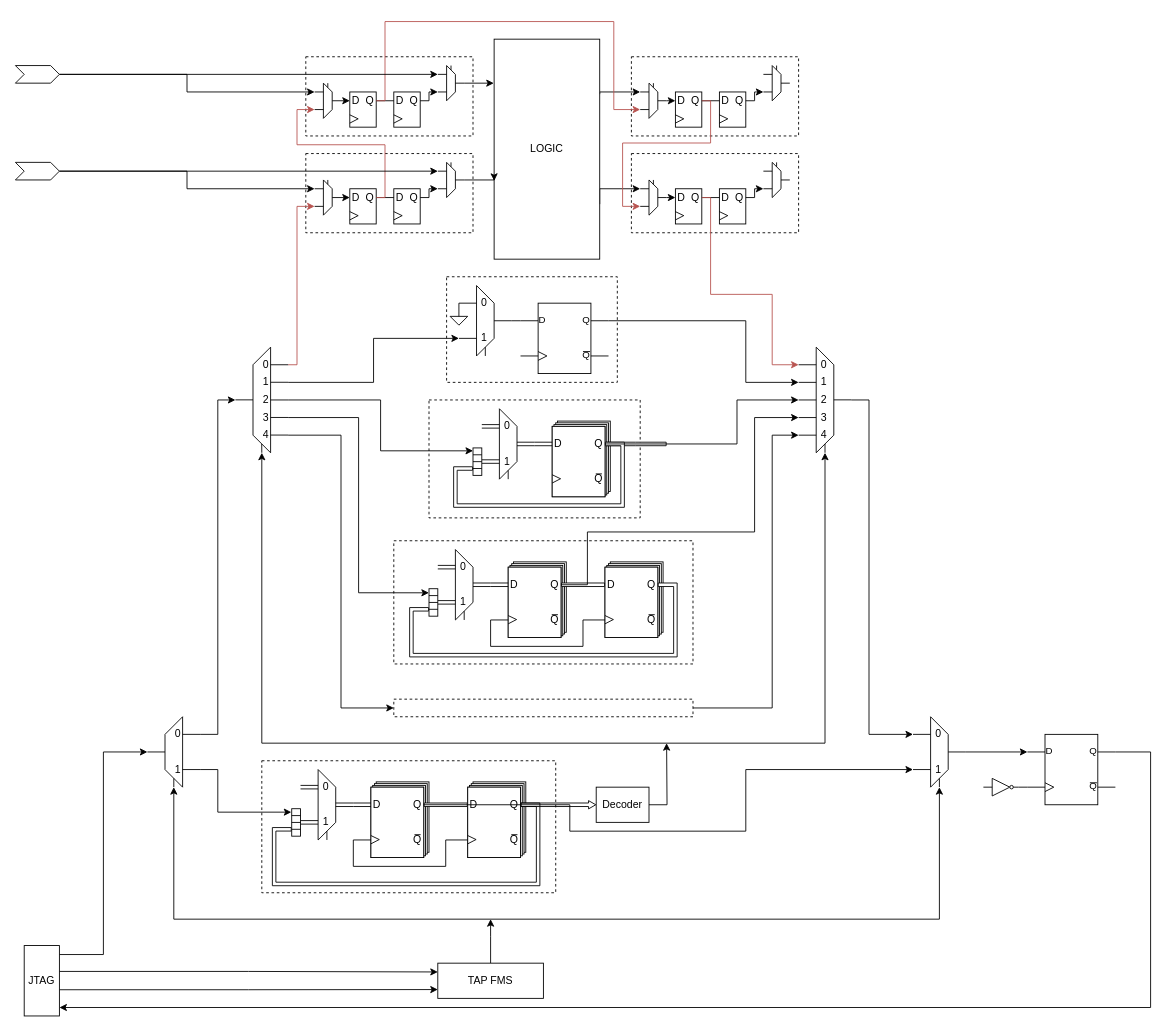
Earlier version of the draw.io diagram JTAG.drawio (Verdvana/JTAG). Source tidied: cells renumbered, new cells numbered last; positions are measured from the earlier drawing's top-left corner, leaving out a move shared by most shapes. Both pictures are drawn from the tidied source at 88%, with x=0, y=0 at pixel (15, 21).
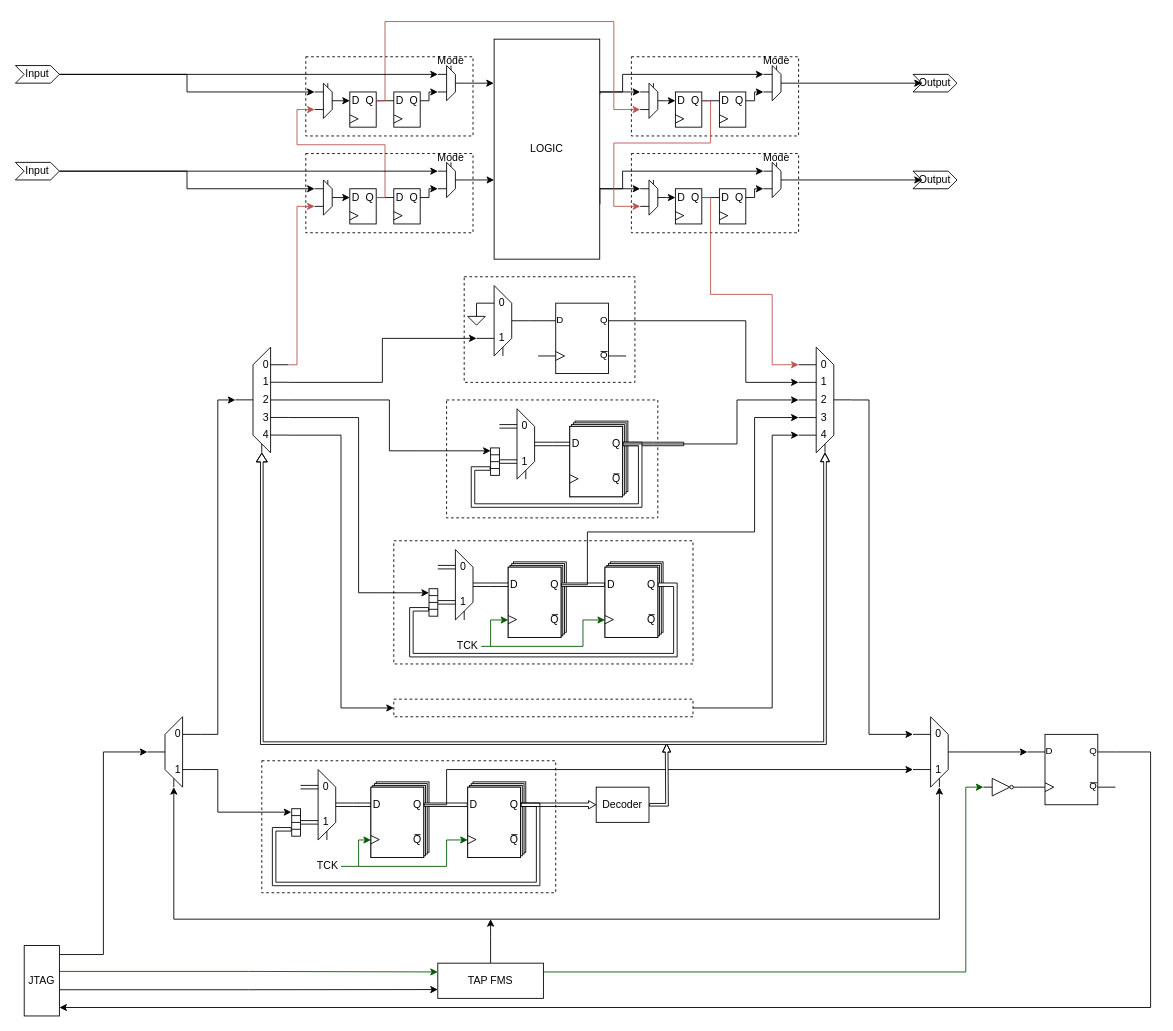
The same diagram, later.

The change refers to these unchanged cells:
```xml
<mxCell id="16" value="D" style="text;align=center;html=1;verticalAlign=middle;whiteSpace=wrap;rounded=0;" parent="7" vertex="1">
  <mxGeometry y="20" width="14" height="12" as="geometry" />
</mxCell>
<mxCell id="17" value="Q" style="text;align=center;html=1;verticalAlign=middle;whiteSpace=wrap;rounded=0;" parent="7" vertex="1">
  <mxGeometry x="46" y="20" width="14" height="12" as="geometry" />
</mxCell>
<mxCell id="58" style="whiteSpace=wrap;html=1;" parent="53" vertex="1">
  <mxGeometry y="6" width="60" height="80" as="geometry" />
</mxCell>
<mxCell id="62" value="Q" style="text;strokeColor=none;align=center;fillColor=none;html=1;verticalAlign=middle;whiteSpace=wrap;rounded=0;" parent="53" vertex="1">
  <mxGeometry x="46" y="20" width="14" height="12" as="geometry" />
</mxCell>
<mxCell id="86" style="whiteSpace=wrap;html=1;" parent="81" vertex="1">
  <mxGeometry y="6" width="60" height="80" as="geometry" />
</mxCell>
<mxCell id="100" style="whiteSpace=wrap;html=1;" parent="95" vertex="1">
  <mxGeometry y="6" width="60" height="80" as="geometry" />
</mxCell>
<mxCell id="128" style="whiteSpace=wrap;html=1;" parent="123" vertex="1">
  <mxGeometry y="6" width="60" height="80" as="geometry" />
</mxCell>
<mxCell id="144" value="TAP FMS" style="rounded=0;whiteSpace=wrap;html=1;" parent="1" vertex="1">
  <mxGeometry x="480" y="1070" width="120" height="40" as="geometry" />
</mxCell>
<mxCell id="163" style="group;" parent="1" vertex="1">
  <mxGeometry x="1020" y="790" width="60" height="80" as="geometry" />
</mxCell>
<mxCell id="179" style="group;points=[[0,0.5,0,0,0],[0.5,1,0,0,0],[1,0,0,0,20],[1,0.25,0,0,10],[1,0.5,0,0,0],[1,0.75,0,0,-10],[1,1,0,0,-20]];" parent="1" vertex="1">
  <mxGeometry x="250" y="370" width="60" height="120" as="geometry" />
</mxCell>
<mxCell id="196" style="group;points=[[0,0,0,0,20],[0,0.25,0,0,10],[0,0.5,0,0,0],[0,0.75,0,0,-10],[0,1,0,0,-20],[0.5,1,0,0,0],[1,0.5,0,0,0]];" parent="1" vertex="1">
  <mxGeometry x="890" y="370" width="60" height="120" as="geometry" />
</mxCell>
<mxCell id="216" value="JTAG" style="rounded=0;whiteSpace=wrap;html=1;points=[[0,0,0,0,0],[0,0.25,0,0,0],[0,0.5,0,0,0],[0,0.75,0,0,0],[0,1,0,0,0],[0.25,0,0,0,0],[0.25,1,0,0,0],[0.5,0,0,0,0],[0.5,1,0,0,0],[0.75,0,0,0,0],[0.75,1,0,0,0],[1,0,0,0,0],[1,0.14,0,0,-1],[1,0.38,0,0,-1],[1,0.64,0,0,-1],[1,0.88,0,0,0],[1,1,0,0,0]];" parent="1" vertex="1">
  <mxGeometry x="10" y="1050" width="40" height="80" as="geometry" />
</mxCell>
<mxCell id="220" style="group;" parent="1" vertex="1">
  <mxGeometry x="1100" y="860" width="40" height="20" as="geometry" />
</mxCell>
<mxCell id="229" value="Decoder" style="rounded=0;whiteSpace=wrap;html=1;" parent="1" vertex="1">
  <mxGeometry x="660" y="870" width="60" height="40" as="geometry" />
</mxCell>
<mxCell id="244" style="group;" parent="1" vertex="1">
  <mxGeometry x="480" y="160" width="30" height="40" as="geometry" />
</mxCell>
<mxCell id="300" value="&lt;div&gt;LOGIC&lt;/div&gt;" style="rounded=0;whiteSpace=wrap;html=1;" parent="1" vertex="1">
  <mxGeometry x="544" y="20" width="120" height="250" as="geometry" />
</mxCell>
<mxCell id="315" style="group;" parent="1" vertex="1">
  <mxGeometry x="850" y="160" width="30" height="40" as="geometry" />
</mxCell>
<mxCell id="325" style="group;" parent="1" vertex="1">
  <mxGeometry x="710" y="180" width="30" height="40" as="geometry" />
</mxCell>
<mxCell id="342" value="Q" style="text;strokeColor=none;align=center;fillColor=none;html=1;verticalAlign=middle;whiteSpace=wrap;rounded=0;" parent="337" vertex="1">
  <mxGeometry x="16" y="4" width="14" height="12" as="geometry" />
</mxCell>
<mxCell id="350" style="group;" parent="1" vertex="1">
  <mxGeometry x="850" y="50" width="30" height="40" as="geometry" />
</mxCell>
```

What changed in the source:
```diff
@@
     <mxCell id="6" style="rounded=0;whiteSpace=wrap;html=1;fillColor=none;dashed=1;" parent="1" vertex="1">
-      <mxGeometry x="490" y="290" width="194" height="120" as="geometry" />
+      <mxGeometry x="510" y="290" width="194" height="120" as="geometry" />
     </mxCell>
     <mxCell id="7" style="group;" parent="1" vertex="1">
-      <mxGeometry x="610" y="454" width="100" height="110" as="geometry" />
+      <mxGeometry x="630" y="454" width="100" height="110" as="geometry" />
     </mxCell>
@@
     <mxCell id="22" style="verticalLabelPosition=bottom;shadow=0;dashed=0;align=center;html=1;verticalAlign=top;shape=mxgraph.electrical.logic_gates.d_type_flip-flop;" parent="1" vertex="1">
-      <mxGeometry x="574" y="320" width="100" height="80" as="geometry" />
+      <mxGeometry x="594" y="320" width="100" height="80" as="geometry" />
     </mxCell>
     <mxCell id="23" style="group;" parent="1" vertex="1">
-      <mxGeometry x="504" y="300" width="60" height="80" as="geometry" />
+      <mxGeometry x="524" y="300" width="60" height="80" as="geometry" />
     </mxCell>
@@
     <mxCell id="34" style="edgeStyle=orthogonalEdgeStyle;rounded=0;jettySize=auto;html=1;exitX=0;exitY=0.25;exitDx=0;exitDy=0;endArrow=none;endFill=0;" parent="1" edge="1" source="23">
       <mxGeometry relative="1" as="geometry">
-        <mxPoint x="504" y="330" as="targetPoint" />
+        <mxPoint x="524" y="330" as="targetPoint" />
       </mxGeometry>
     </mxCell>
     <mxCell id="35" style="verticalLabelPosition=bottom;shadow=0;dashed=0;align=center;html=1;verticalAlign=top;shape=mxgraph.electrical.signal_sources.signal_ground;" parent="1" vertex="1">
-      <mxGeometry x="494" y="330" width="20" height="15" as="geometry" />
+      <mxGeometry x="514" y="330" width="20" height="15" as="geometry" />
     </mxCell>
     <mxCell id="36" style="edgeStyle=orthogonalEdgeStyle;rounded=0;jettySize=auto;html=1;exitX=1;exitY=0.5;exitDx=0;exitDy=0;entryX=0;entryY=0.5;entryDx=0;entryDy=0;endArrow=none;endFill=0;shape=link;" parent="1" edge="1" target="16">
       <mxGeometry relative="1" as="geometry">
-        <mxPoint x="590" y="480" as="sourcePoint" />
+        <mxPoint x="610" y="480" as="sourcePoint" />
       </mxGeometry>
     </mxCell>
     <mxCell id="37" style="group;" parent="1" vertex="1">
-      <mxGeometry x="530" y="440" width="60" height="80" as="geometry" />
+      <mxGeometry x="550" y="440" width="60" height="80" as="geometry" />
     </mxCell>
@@
     <mxCell id="48" style="whiteSpace=wrap;html=1;rotation=-90;" parent="1" vertex="1">
-      <mxGeometry x="509.4" y="495.1" width="31.2" height="10" as="geometry" />
+      <mxGeometry x="529.4" y="495.1" width="31.2" height="10" as="geometry" />
     </mxCell>
@@
     <mxCell id="52" style="edgeStyle=orthogonalEdgeStyle;rounded=0;jettySize=auto;html=1;entryX=0.25;entryY=0;entryDx=0;entryDy=0;shape=flexArrow;exitX=1;exitY=0.5;exitDx=0;exitDy=0;endArrow=none;endFill=0;width=4;fillColor=default;" parent="1" edge="1" source="17" target="48">
       <mxGeometry relative="1" as="geometry">
         <Array as="points">
-          <mxPoint x="690" y="480" />
-          <mxPoint x="690" y="550" />
-          <mxPoint x="500" y="550" />
-          <mxPoint x="500" y="508" />
+          <mxPoint x="710" y="480" />
+          <mxPoint x="710" y="550" />
+          <mxPoint x="520" y="550" />
+          <mxPoint x="520" y="508" />
         </Array>
       </mxGeometry>
     </mxCell>
@@
-    <mxCell id="137" style="edgeStyle=orthogonalEdgeStyle;rounded=0;jettySize=auto;html=1;exitX=0;exitY=0.75;exitDx=0;exitDy=0;entryX=0;entryY=0.75;entryDx=0;entryDy=0;endArrow=none;endFill=0;" parent="1" edge="1" source="86" target="58">
+    <mxCell id="137" style="edgeStyle=orthogonalEdgeStyle;rounded=0;jettySize=auto;html=1;exitX=0;exitY=0.75;exitDx=0;exitDy=0;entryX=0;entryY=0.75;entryDx=0;entryDy=0;endArrow=classic;endFill=1;fillColor=#008a00;strokeColor=#005700;startArrow=classic;startFill=1;" parent="1" edge="1" source="86" target="58">
       <mxGeometry relative="1" as="geometry">
         <Array as="points">
-          <mxPoint x="489" y="930" />
-          <mxPoint x="489" y="960" />
-          <mxPoint x="384" y="960" />
-          <mxPoint x="384" y="930" />
+          <mxPoint x="490" y="930" />
+          <mxPoint x="490" y="960" />
+          <mxPoint x="390" y="960" />
+          <mxPoint x="390" y="930" />
         </Array>
       </mxGeometry>
     </mxCell>
-    <mxCell id="138" style="edgeStyle=orthogonalEdgeStyle;rounded=0;jettySize=auto;html=1;exitX=0;exitY=0.75;exitDx=0;exitDy=0;entryX=0;entryY=0.75;entryDx=0;entryDy=0;endArrow=none;endFill=0;" parent="1" edge="1" source="128" target="100">
+    <mxCell id="138" style="edgeStyle=orthogonalEdgeStyle;rounded=0;jettySize=auto;html=1;exitX=0;exitY=0.75;exitDx=0;exitDy=0;entryX=0;entryY=0.75;entryDx=0;entryDy=0;endArrow=classic;endFill=1;fillColor=#008a00;strokeColor=#005700;startArrow=classic;startFill=1;" parent="1" edge="1" source="128" target="100">
       <mxGeometry relative="1" as="geometry">
         <Array as="points">
           <mxPoint x="645" y="680" />
           <mxPoint x="645" y="710" />
           <mxPoint x="540" y="710" />
           <mxPoint x="540" y="680" />
         </Array>
       </mxGeometry>
     </mxCell>
@@
+    <mxCell id="380" style="edgeStyle=orthogonalEdgeStyle;rounded=0;jettySize=auto;html=1;exitX=1;exitY=0.25;exitDx=0;exitDy=0;entryX=0;entryY=0.5;entryDx=0;entryDy=0;fillColor=#008a00;strokeColor=#005700;" parent="1" edge="1" source="144" target="220">
+      <mxGeometry relative="1" as="geometry">
+        <Array as="points">
+          <mxPoint x="1080" y="1080" />
+          <mxPoint x="1080" y="870" />
+        </Array>
+      </mxGeometry>
+    </mxCell>
@@
-    <mxCell id="161" style="edgeStyle=orthogonalEdgeStyle;rounded=0;jettySize=auto;html=1;startArrow=classic;startFill=1;exitX=0.5;exitY=1;exitDx=0;exitDy=0;exitPerimeter=0;entryX=0.5;entryY=1;entryDx=0;entryDy=0;entryPerimeter=0;" parent="1" edge="1" source="179" target="196">
-      <mxGeometry relative="1" as="geometry">
-        <Array as="points">
-          <mxPoint x="280" y="820" />
-          <mxPoint x="920" y="820" />
-        </Array>
-      </mxGeometry>
-    </mxCell>
@@
-    <mxCell id="214" style="edgeStyle=orthogonalEdgeStyle;rounded=0;jettySize=auto;html=1;entryX=0;entryY=0.25;entryDx=0;entryDy=0;exitX=1;exitY=0.38;exitDx=0;exitDy=-1;exitPerimeter=0;" parent="1" edge="1" source="216" target="144">
+    <mxCell id="214" style="edgeStyle=orthogonalEdgeStyle;rounded=0;jettySize=auto;html=1;entryX=0;entryY=0.25;entryDx=0;entryDy=0;exitX=1;exitY=0.38;exitDx=0;exitDy=-1;exitPerimeter=0;fillColor=#008a00;strokeColor=#005700;" parent="1" edge="1" source="216" target="144">
       <mxGeometry relative="1" as="geometry" />
     </mxCell>
@@
     <mxCell id="217" style="edgeStyle=orthogonalEdgeStyle;rounded=0;jettySize=auto;html=1;exitX=1;exitY=0.5;exitDx=0;exitDy=0;entryX=0;entryY=0.75;entryDx=0;entryDy=0;" parent="1" edge="1" source="62" target="163">
       <mxGeometry relative="1" as="geometry">
         <Array as="points">
-          <mxPoint x="630" y="890" />
-          <mxPoint x="630" y="920" />
-          <mxPoint x="830" y="920" />
-          <mxPoint x="830" y="850" />
+          <mxPoint x="490" y="890" />
+          <mxPoint x="490" y="850" />
         </Array>
       </mxGeometry>
     </mxCell>
@@
-    <mxCell id="228" style="edgeStyle=orthogonalEdgeStyle;rounded=0;jettySize=auto;html=1;exitX=1;exitY=0.5;exitDx=0;exitDy=0;" parent="1" edge="1" source="229">
-      <mxGeometry relative="1" as="geometry">
-        <mxPoint x="740" y="820" as="targetPoint" />
-      </mxGeometry>
-    </mxCell>
@@
+    <mxCell id="381" style="edgeStyle=orthogonalEdgeStyle;rounded=0;jettySize=auto;html=1;exitX=1;exitY=0.25;exitDx=0;exitDy=0;entryX=0;entryY=0.25;entryDx=0;entryDy=0;" parent="1" edge="1" source="300" target="350">
+      <mxGeometry relative="1" as="geometry">
+        <Array as="points">
+          <mxPoint x="664" y="80" />
+          <mxPoint x="690" y="80" />
+          <mxPoint x="690" y="60" />
+        </Array>
+      </mxGeometry>
+    </mxCell>
+    <mxCell id="382" style="edgeStyle=orthogonalEdgeStyle;rounded=0;jettySize=auto;html=1;exitX=1;exitY=0.75;exitDx=0;exitDy=0;entryX=0;entryY=0.25;entryDx=0;entryDy=0;" parent="1" edge="1" source="300" target="315">
+      <mxGeometry relative="1" as="geometry">
+        <Array as="points">
+          <mxPoint x="664" y="190" />
+          <mxPoint x="690" y="190" />
+          <mxPoint x="690" y="170" />
+        </Array>
+      </mxGeometry>
+    </mxCell>
@@
+    <mxCell id="383" style="edgeStyle=orthogonalEdgeStyle;rounded=0;jettySize=auto;html=1;exitX=1;exitY=0.5;exitDx=0;exitDy=0;entryX=0;entryY=0.5;entryDx=0;entryDy=0;" parent="1" edge="1" source="315" target="386">
+      <mxGeometry relative="1" as="geometry" />
+    </mxCell>
@@
+    <mxCell id="384" style="edgeStyle=orthogonalEdgeStyle;rounded=0;jettySize=auto;html=1;exitX=1;exitY=0.5;exitDx=0;exitDy=0;entryX=0;entryY=0.5;entryDx=0;entryDy=0;" parent="1" edge="1" source="350" target="385">
+      <mxGeometry relative="1" as="geometry" />
+    </mxCell>
@@
     <mxCell id="370" style="edgeStyle=orthogonalEdgeStyle;rounded=0;jettySize=auto;html=1;exitX=1;exitY=0.5;exitDx=0;exitDy=0;entryX=0;entryY=0.75;entryDx=0;entryDy=0;fillColor=#f8cecc;strokeColor=#b85450;" parent="1" edge="1" source="342" target="325">
       <mxGeometry relative="1" as="geometry">
         <Array as="points">
           <mxPoint x="790" y="90" />
           <mxPoint x="790" y="138" />
-          <mxPoint x="690" y="138" />
-          <mxPoint x="690" y="210" />
+          <mxPoint x="680" y="138" />
+          <mxPoint x="680" y="210" />
         </Array>
       </mxGeometry>
     </mxCell>
@@
-    <mxCell id="372" style="edgeStyle=orthogonalEdgeStyle;rounded=0;jettySize=auto;html=1;exitX=1;exitY=0.5;exitDx=0;exitDy=0;entryX=0.001;entryY=0.644;entryDx=0;entryDy=0;entryPerimeter=0;" parent="1" edge="1" source="244" target="300">
-      <mxGeometry relative="1" as="geometry" />
+    <mxCell id="372" style="edgeStyle=orthogonalEdgeStyle;rounded=0;jettySize=auto;html=1;exitX=1;exitY=0.5;exitDx=0;exitDy=0;" parent="1" edge="1" source="244">
+      <mxGeometry relative="1" as="geometry">
+        <mxPoint x="544" y="180" as="targetPoint" />
+      </mxGeometry>
     </mxCell>
@@
-    <mxCell id="376" style="shape=step;perimeter=stepPerimeter;whiteSpace=wrap;html=1;fixedSize=1;size=10;" parent="1" vertex="1">
+    <mxCell id="376" value="Input" style="shape=step;perimeter=stepPerimeter;whiteSpace=wrap;html=1;fixedSize=1;size=10;" parent="1" vertex="1">
       <mxGeometry y="50" width="50" height="20" as="geometry" />
     </mxCell>
@@
-    <mxCell id="379" style="shape=step;perimeter=stepPerimeter;whiteSpace=wrap;html=1;fixedSize=1;size=10;" parent="1" vertex="1">
+    <mxCell id="379" value="Input" style="shape=step;perimeter=stepPerimeter;whiteSpace=wrap;html=1;fixedSize=1;size=10;" parent="1" vertex="1">
       <mxGeometry y="160" width="50" height="20" as="geometry" />
     </mxCell>
+    <mxCell id="385" value="Output" style="shape=step;perimeter=stepPerimeter;whiteSpace=wrap;html=1;fixedSize=1;size=10;" parent="1" vertex="1">
+      <mxGeometry x="1020" y="60" width="50" height="20" as="geometry" />
+    </mxCell>
+    <mxCell id="386" value="Output" style="shape=step;perimeter=stepPerimeter;whiteSpace=wrap;html=1;fixedSize=1;size=10;" parent="1" vertex="1">
+      <mxGeometry x="1020" y="170" width="50" height="20" as="geometry" />
+    </mxCell>
+    <mxCell id="387" value="Mode" style="text;strokeColor=none;align=center;fillColor=none;html=1;verticalAlign=middle;whiteSpace=wrap;rounded=0;" parent="1" vertex="1">
+      <mxGeometry x="480" y="150" width="30" height="10" as="geometry" />
+    </mxCell>
+    <mxCell id="388" value="Mode" style="text;strokeColor=none;align=center;fillColor=none;html=1;verticalAlign=middle;whiteSpace=wrap;rounded=0;" parent="1" vertex="1">
+      <mxGeometry x="480" y="40" width="30" height="10" as="geometry" />
+    </mxCell>
+    <mxCell id="389" value="Mode" style="text;strokeColor=none;align=center;fillColor=none;html=1;verticalAlign=middle;whiteSpace=wrap;rounded=0;" parent="1" vertex="1">
+      <mxGeometry x="850" y="150" width="30" height="10" as="geometry" />
+    </mxCell>
+    <mxCell id="390" value="Mode" style="text;strokeColor=none;align=center;fillColor=none;html=1;verticalAlign=middle;whiteSpace=wrap;rounded=0;" parent="1" vertex="1">
+      <mxGeometry x="850" y="40" width="30" height="10" as="geometry" />
+    </mxCell>
+    <mxCell id="228" style="edgeStyle=orthogonalEdgeStyle;rounded=0;jettySize=auto;html=1;exitX=1;exitY=0.5;exitDx=0;exitDy=0;shape=flexArrow;width=3;endWidth=5.161290322580645;endSize=2.868817204301075;fillColor=default;" parent="1" edge="1" source="229">
+      <mxGeometry relative="1" as="geometry">
+        <mxPoint x="740" y="820" as="targetPoint" />
+      </mxGeometry>
+    </mxCell>
+    <mxCell id="161" style="edgeStyle=orthogonalEdgeStyle;rounded=0;jettySize=auto;html=1;startArrow=classic;startFill=1;exitX=0.5;exitY=1;exitDx=0;exitDy=0;exitPerimeter=0;entryX=0.5;entryY=1;entryDx=0;entryDy=0;entryPerimeter=0;shape=flexArrow;width=3;startWidth=8.487804878048781;startSize=2.959512195121951;endWidth=6.178861788617886;endSize=2.871794871794872;fillColor=default;" parent="1" edge="1" source="179" target="196">
+      <mxGeometry relative="1" as="geometry">
+        <Array as="points">
+          <mxPoint x="280" y="820" />
+          <mxPoint x="920" y="820" />
+        </Array>
+      </mxGeometry>
+    </mxCell>
+    <mxCell id="391" style="edgeStyle=orthogonalEdgeStyle;rounded=0;jettySize=auto;html=1;exitX=1;exitY=0.5;exitDx=0;exitDy=0;endArrow=none;endFill=0;fillColor=#008a00;strokeColor=#005700;" parent="1" edge="1" source="392">
+      <mxGeometry relative="1" as="geometry">
+        <mxPoint x="390" y="960" as="targetPoint" />
+      </mxGeometry>
+    </mxCell>
+    <mxCell id="392" value="TCK" style="text;strokeColor=none;align=center;fillColor=none;html=1;verticalAlign=middle;whiteSpace=wrap;rounded=0;" parent="1" vertex="1">
+      <mxGeometry x="340" y="950" width="30" height="20" as="geometry" />
+    </mxCell>
+    <mxCell id="393" style="edgeStyle=orthogonalEdgeStyle;rounded=0;jettySize=auto;html=1;exitX=1;exitY=0.5;exitDx=0;exitDy=0;endArrow=none;endFill=0;fillColor=#008a00;strokeColor=#005700;" parent="1" edge="1" source="394">
+      <mxGeometry relative="1" as="geometry">
+        <mxPoint x="540" y="709.8" as="targetPoint" />
+      </mxGeometry>
+    </mxCell>
+    <mxCell id="394" value="TCK" style="text;strokeColor=none;align=center;fillColor=none;html=1;verticalAlign=middle;whiteSpace=wrap;rounded=0;" parent="1" vertex="1">
+      <mxGeometry x="499.4" y="700" width="30" height="20" as="geometry" />
+    </mxCell>
```
